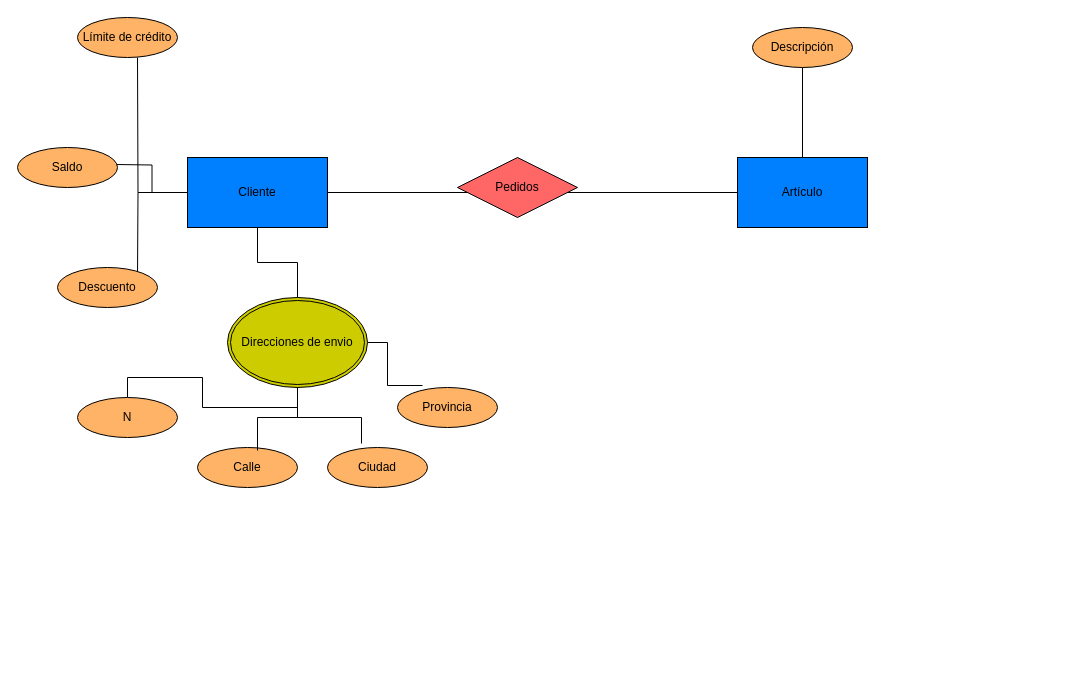
Before: Unidad-1/Tareas/Tarea-2-3/Tarea 3.drawio in GgbGabrielGarcia/Base-Datos, a draw.io diagram. Source tidied: cells renumbered, new cells numbered last; positions are measured from the earlier drawing's top-left corner, leaving out a move shared by most shapes. Both pictures are drawn from the tidied source at 100%, with x=0, y=0 at pixel (17, 17).
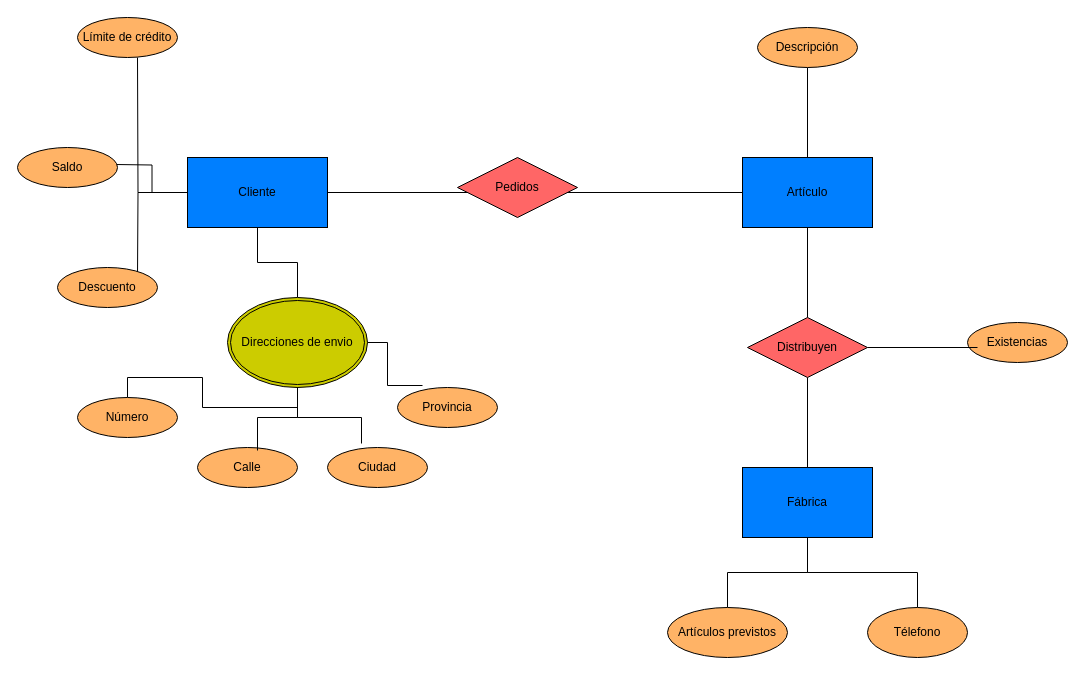
After the change.

What changed in the source:
```diff
@@
+    <mxCell id="24" style="edgeStyle=orthogonalEdgeStyle;rounded=0;jettySize=auto;html=1;endArrow=none;endFill=0;" parent="1" edge="1" source="5" target="29">
+      <mxGeometry relative="1" as="geometry" />
+    </mxCell>
     <mxCell id="5" value="Artículo" style="rounded=0;whiteSpace=wrap;html=1;fillColor=#007FFF;" parent="1" vertex="1">
-      <mxGeometry x="720" y="140" width="130" height="70" as="geometry" />
+      <mxGeometry x="725" y="140" width="130" height="70" as="geometry" />
     </mxCell>
@@
     <mxCell id="12" value="Descripción" style="ellipse;whiteSpace=wrap;html=1;align=center;fillColor=#FFB366;" parent="1" vertex="1">
-      <mxGeometry x="735" y="10" width="100" height="40" as="geometry" />
+      <mxGeometry x="740" y="10" width="100" height="40" as="geometry" />
     </mxCell>
@@
-    <mxCell id="19" value="N" style="ellipse;whiteSpace=wrap;html=1;align=center;fillColor=#FFB366;" parent="1" vertex="1">
+    <mxCell id="19" value="Número" style="ellipse;whiteSpace=wrap;html=1;align=center;fillColor=#FFB366;" parent="1" vertex="1">
       <mxGeometry x="60" y="380" width="100" height="40" as="geometry" />
     </mxCell>
@@
+    <mxCell id="25" style="edgeStyle=orthogonalEdgeStyle;rounded=0;jettySize=auto;html=1;entryX=0.5;entryY=1;entryDx=0;entryDy=0;endArrow=none;endFill=0;" parent="1" edge="1" source="28" target="29">
+      <mxGeometry relative="1" as="geometry" />
+    </mxCell>
+    <mxCell id="26" style="edgeStyle=orthogonalEdgeStyle;rounded=0;jettySize=auto;html=1;entryX=0.5;entryY=0;entryDx=0;entryDy=0;endArrow=none;endFill=0;" parent="1" edge="1" source="28" target="30">
+      <mxGeometry relative="1" as="geometry" />
+    </mxCell>
+    <mxCell id="27" style="edgeStyle=orthogonalEdgeStyle;rounded=0;jettySize=auto;html=1;endArrow=none;endFill=0;" parent="1" edge="1" source="28" target="31">
+      <mxGeometry relative="1" as="geometry" />
+    </mxCell>
+    <mxCell id="28" value="Fábrica" style="rounded=0;whiteSpace=wrap;html=1;fillColor=#007FFF;" parent="1" vertex="1">
+      <mxGeometry x="725" y="450" width="130" height="70" as="geometry" />
+    </mxCell>
+    <mxCell id="29" value="Distribuyen" style="shape=rhombus;perimeter=rhombusPerimeter;whiteSpace=wrap;html=1;align=center;fillColor=#FF6666;" parent="1" vertex="1">
+      <mxGeometry x="730" y="300" width="120" height="60" as="geometry" />
+    </mxCell>
+    <mxCell id="30" value="Télefono" style="ellipse;whiteSpace=wrap;html=1;align=center;fillColor=#FFB366;" parent="1" vertex="1">
+      <mxGeometry x="850" y="590" width="100" height="50" as="geometry" />
+    </mxCell>
+    <mxCell id="31" value="Artículos previstos" style="ellipse;whiteSpace=wrap;html=1;align=center;fillColor=#FFB366;" parent="1" vertex="1">
+      <mxGeometry x="650" y="590" width="120" height="50" as="geometry" />
+    </mxCell>
+    <mxCell id="32" value="Existencias" style="ellipse;whiteSpace=wrap;html=1;align=center;fillColor=#FFB366;" parent="1" vertex="1">
+      <mxGeometry x="950" y="305" width="100" height="40" as="geometry" />
+    </mxCell>
+    <mxCell id="33" style="edgeStyle=orthogonalEdgeStyle;rounded=0;jettySize=auto;html=1;entryX=0.1;entryY=0.625;entryDx=0;entryDy=0;entryPerimeter=0;endArrow=none;endFill=0;" parent="1" edge="1" source="29" target="32">
+      <mxGeometry relative="1" as="geometry" />
+    </mxCell>
```
